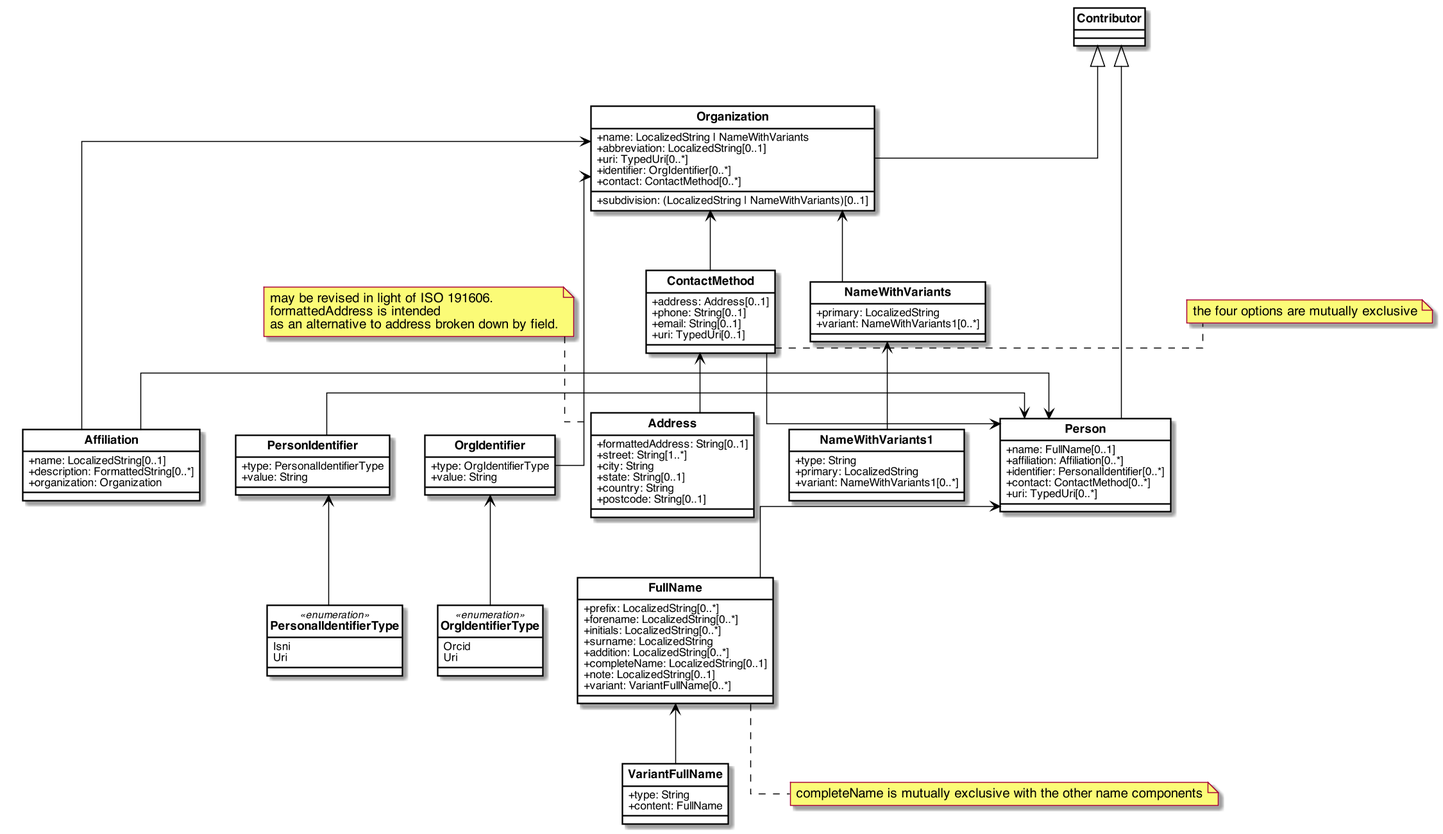
This is images/RelBib_Contributor.png from relaton/relaton-models, a PlantUML export, as it was before one commit.
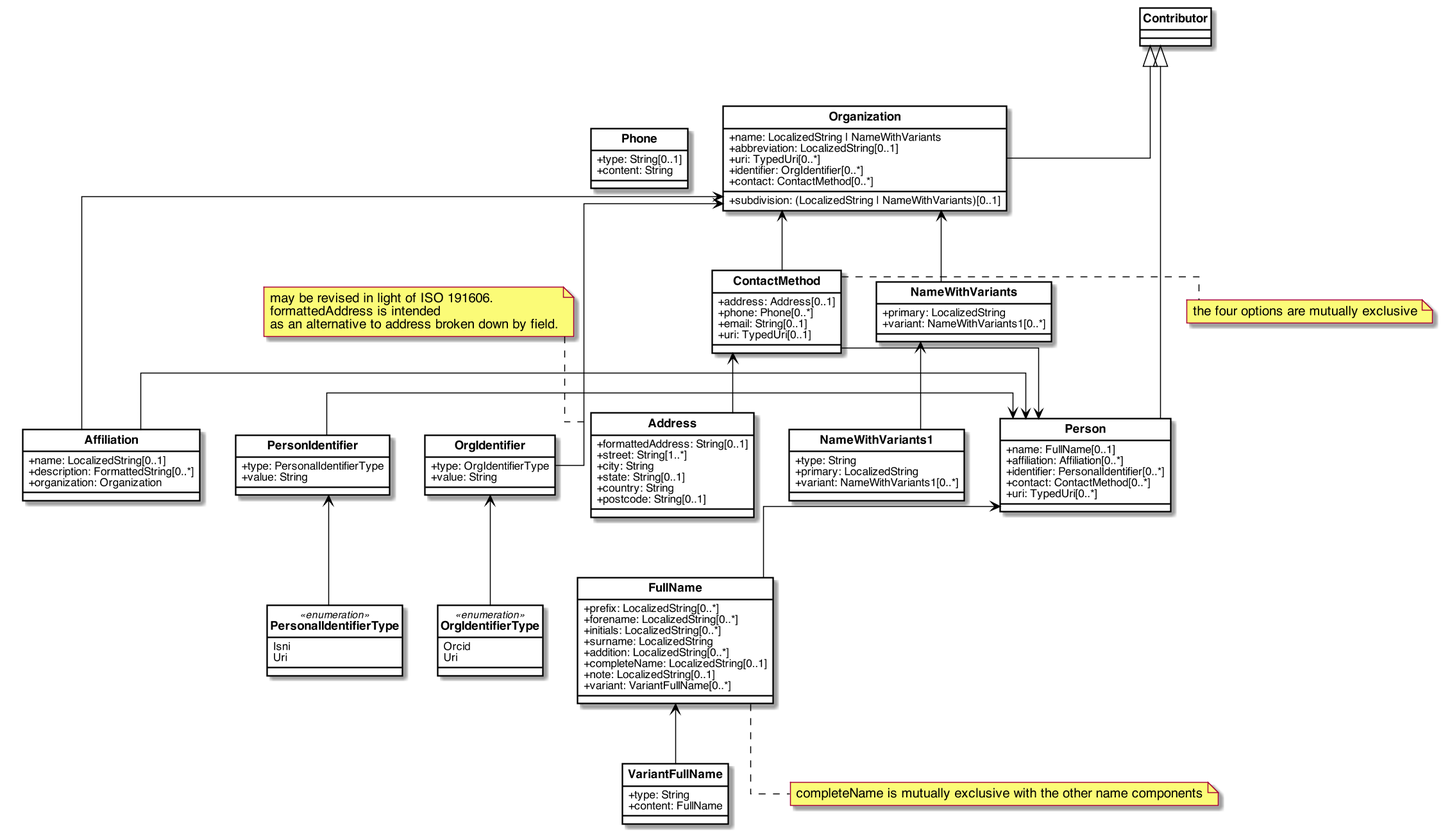
The same file after the commit.

Commit message:
phone modelling

The edit, as a diff of the source:
```diff
@@ -56,9 +56,14 @@
 
     class ContactMethod{
         +address: Address[0..1]
-        +phone: String[0..1]
+        +phone: Phone[0..*]
         +email: String[0..1]
         +uri: TypedUri[0..1]
+    }
+
+    class Phone{
+        +type: String[0..1]
+        +content: String
     }
 
     class Organization{
```
